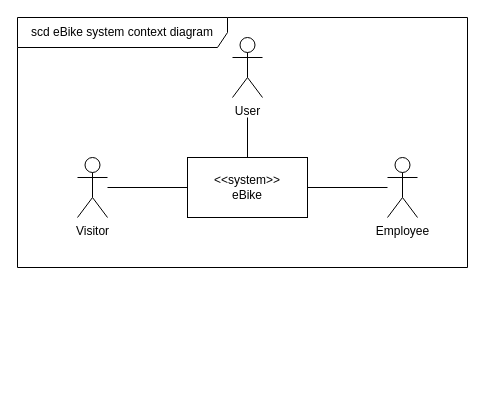
Earlier version of the draw.io diagram Diagrams/Diagram bez tytułu.drawio (s18391/eBike-DrawIO). Source tidied: cells renumbered, new cells numbered last; positions are measured from the earlier drawing's top-left corner, leaving out a move shared by most shapes. Both pictures are drawn from the tidied source at 100%, with x=0, y=0 at pixel (17, 17).
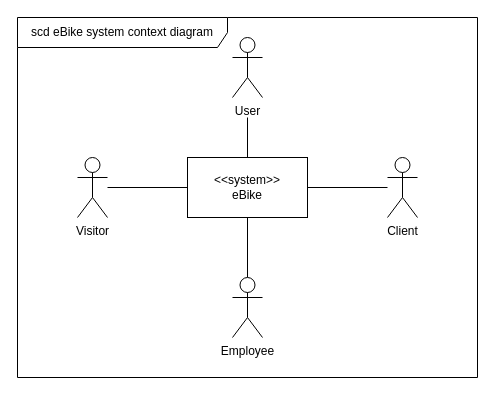
The same page after the edit.

Commit message:
scd eBike system context diagram

The edit, as a diff of the source:
```diff
@@
 <mxGraphModel>
   <root>
     <mxCell id="0" />
     <mxCell id="1" parent="0" />
+    <mxCell id="10" style="edgeStyle=none;rounded=0;jettySize=auto;html=1;endArrow=none;endFill=0;" parent="1" edge="1" source="2" target="11">
+      <mxGeometry relative="1" as="geometry" />
+    </mxCell>
     <mxCell id="2" value="&amp;lt;&amp;lt;system&amp;gt;&amp;gt;&lt;br&gt;eBike" style="rounded=0;whiteSpace=wrap;html=1;" parent="1" vertex="1">
       <mxGeometry x="170" y="140" width="120" height="60" as="geometry" />
     </mxCell>
     <mxCell id="3" style="edgeStyle=none;rounded=0;jettySize=auto;html=1;endArrow=none;endFill=0;" parent="1" edge="1" source="4" target="2">
       <mxGeometry relative="1" as="geometry" />
     </mxCell>
     <mxCell id="4" value="Visitor" style="shape=umlActor;verticalLabelPosition=bottom;verticalAlign=top;html=1;outlineConnect=0;" parent="1" vertex="1">
       <mxGeometry x="60" y="140" width="30" height="60" as="geometry" />
     </mxCell>
     <mxCell id="5" style="edgeStyle=none;rounded=0;jettySize=auto;html=1;endArrow=none;endFill=0;" parent="1" edge="1" source="6" target="2">
       <mxGeometry relative="1" as="geometry" />
     </mxCell>
-    <mxCell id="6" value="Employee" style="shape=umlActor;verticalLabelPosition=bottom;verticalAlign=top;html=1;outlineConnect=0;" parent="1" vertex="1">
+    <mxCell id="6" value="Client" style="shape=umlActor;verticalLabelPosition=bottom;verticalAlign=top;html=1;outlineConnect=0;" parent="1" vertex="1">
       <mxGeometry x="370" y="140" width="30" height="60" as="geometry" />
     </mxCell>
     <mxCell id="7" style="rounded=0;jettySize=auto;html=1;endArrow=none;endFill=0;" parent="1" edge="1" target="2">
       <mxGeometry relative="1" as="geometry">
         <mxPoint x="230" y="100" as="sourcePoint" />
       </mxGeometry>
     </mxCell>
     <mxCell id="8" value="User&lt;br&gt;" style="shape=umlActor;verticalLabelPosition=bottom;verticalAlign=top;html=1;" parent="1" vertex="1">
       <mxGeometry x="215" y="20" width="30" height="60" as="geometry" />
     </mxCell>
     <mxCell id="9" value="scd eBike system context diagram" style="shape=umlFrame;whiteSpace=wrap;html=1;width=210;height=30;" parent="1" vertex="1">
-      <mxGeometry width="450" height="250" as="geometry" />
+      <mxGeometry width="460" height="360" as="geometry" />
     </mxCell>
+    <mxCell id="11" value="Employee" style="shape=umlActor;verticalLabelPosition=bottom;verticalAlign=top;html=1;outlineConnect=0;" parent="1" vertex="1">
+      <mxGeometry x="215" y="260" width="30" height="60" as="geometry" />
+    </mxCell>
   </root>
 </mxGraphModel>
```
